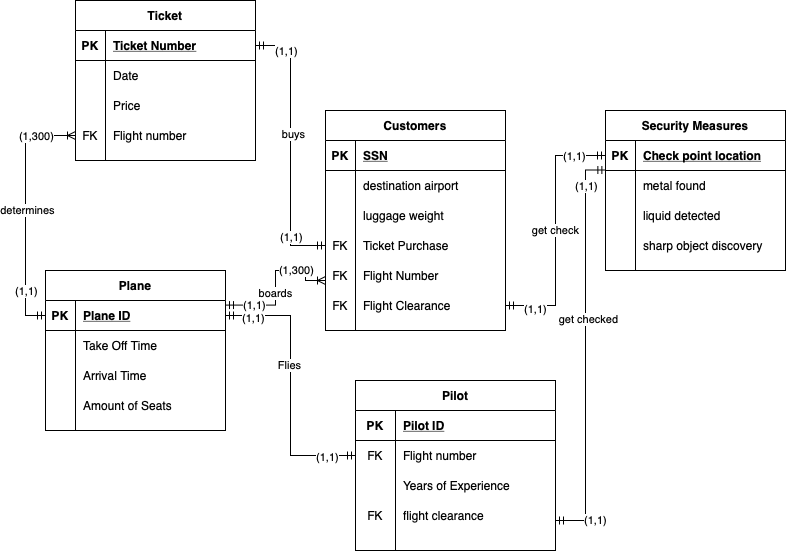
The draw.io diagram Airport.png in danirigazio/airport, before a commit. Source tidied: cells renumbered, new cells last; positions are measured from the earlier drawing's top-left corner, leaving out a move shared by most shapes.
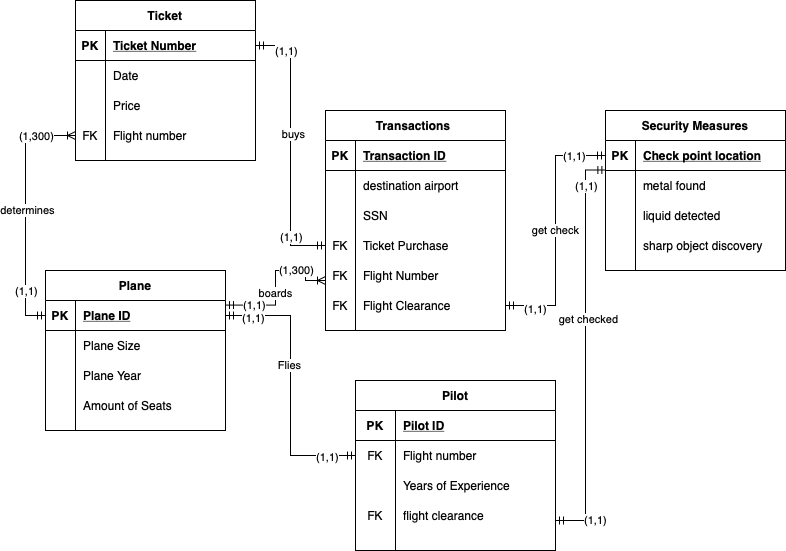
After the commit.

Diff of the diagram source:
```diff
@@ -2,7 +2,7 @@
   <root>
     <mxCell id="0" />
     <mxCell id="1" parent="0" />
-    <mxCell id="2" value="Customers" style="shape=table;startSize=30;rowLines=0;fontStyle=1;align=center;" parent="1" vertex="1">
+    <mxCell id="2" value="Transactions " style="shape=table;startSize=30;rowLines=0;fontStyle=1;align=center;" parent="1" vertex="1">
       <mxGeometry x="280" y="110" width="180" height="220" as="geometry" />
     </mxCell>
     <mxCell id="3" style="shape=partialRectangle;fillColor=none;top=0;left=0;bottom=1;right=0;" parent="2" vertex="1">
@@ -11,7 +11,7 @@
     <mxCell id="4" value="PK" style="shape=partialRectangle;fillColor=none;top=0;left=0;bottom=0;right=0;fontStyle=1;overflow=hidden;" parent="3" vertex="1">
       <mxGeometry width="30" height="30" as="geometry" />
     </mxCell>
-    <mxCell id="5" value="SSN" style="shape=partialRectangle;fillColor=none;top=0;left=0;bottom=0;right=0;align=left;spacingLeft=6;fontStyle=5;overflow=hidden;" parent="3" vertex="1">
+    <mxCell id="5" value="Transaction ID" style="shape=partialRectangle;fillColor=none;top=0;left=0;bottom=0;right=0;align=left;spacingLeft=6;fontStyle=5;overflow=hidden;" parent="3" vertex="1">
       <mxGeometry x="30" width="150" height="30" as="geometry" />
     </mxCell>
     <mxCell id="6" style="shape=partialRectangle;fillColor=none;top=0;left=0;bottom=0;right=0;" parent="2" vertex="1">
@@ -29,7 +29,7 @@
     <mxCell id="10" style="shape=partialRectangle;fillColor=none;top=0;left=0;bottom=0;right=0;overflow=hidden;" parent="9" vertex="1">
       <mxGeometry width="30" height="30" as="geometry" />
     </mxCell>
-    <mxCell id="11" value="luggage weight" style="shape=partialRectangle;fillColor=none;top=0;left=0;bottom=0;right=0;align=left;spacingLeft=6;overflow=hidden;" parent="9" vertex="1">
+    <mxCell id="11" value="SSN" style="shape=partialRectangle;fillColor=none;top=0;left=0;bottom=0;right=0;align=left;spacingLeft=6;overflow=hidden;" parent="9" vertex="1">
       <mxGeometry x="30" width="150" height="30" as="geometry" />
     </mxCell>
     <mxCell id="12" style="shape=partialRectangle;fillColor=none;top=0;left=0;bottom=0;right=0;points=[[0,0.5],[1,0.5]];portConstraint=eastwest;" parent="2" vertex="1">
@@ -202,7 +202,7 @@
     <mxCell id="63" style="shape=partialRectangle;fillColor=none;top=0;left=0;bottom=0;right=0;overflow=hidden;" parent="62" vertex="1">
       <mxGeometry width="30" height="30" as="geometry" />
     </mxCell>
-    <mxCell id="64" value="Take Off Time" style="shape=partialRectangle;fillColor=none;top=0;left=0;bottom=0;right=0;align=left;spacingLeft=6;overflow=hidden;" parent="62" vertex="1">
+    <mxCell id="64" value="Plane Size" style="shape=partialRectangle;fillColor=none;top=0;left=0;bottom=0;right=0;align=left;spacingLeft=6;overflow=hidden;" parent="62" vertex="1">
       <mxGeometry x="30" width="150" height="30" as="geometry" />
     </mxCell>
     <mxCell id="65" style="shape=partialRectangle;fillColor=none;top=0;left=0;bottom=0;right=0;" parent="58" vertex="1">
@@ -211,7 +211,7 @@
     <mxCell id="66" style="shape=partialRectangle;fillColor=none;top=0;left=0;bottom=0;right=0;overflow=hidden;" parent="65" vertex="1">
       <mxGeometry width="30" height="30" as="geometry" />
     </mxCell>
-    <mxCell id="67" value="Arrival Time" style="shape=partialRectangle;fillColor=none;top=0;left=0;bottom=0;right=0;align=left;spacingLeft=6;overflow=hidden;" parent="65" vertex="1">
+    <mxCell id="67" value="Plane Year" style="shape=partialRectangle;fillColor=none;top=0;left=0;bottom=0;right=0;align=left;spacingLeft=6;overflow=hidden;" parent="65" vertex="1">
       <mxGeometry x="30" width="150" height="30" as="geometry" />
     </mxCell>
     <mxCell id="68" style="shape=partialRectangle;fillColor=none;top=0;left=0;bottom=0;right=0;" parent="58" vertex="1">
```
